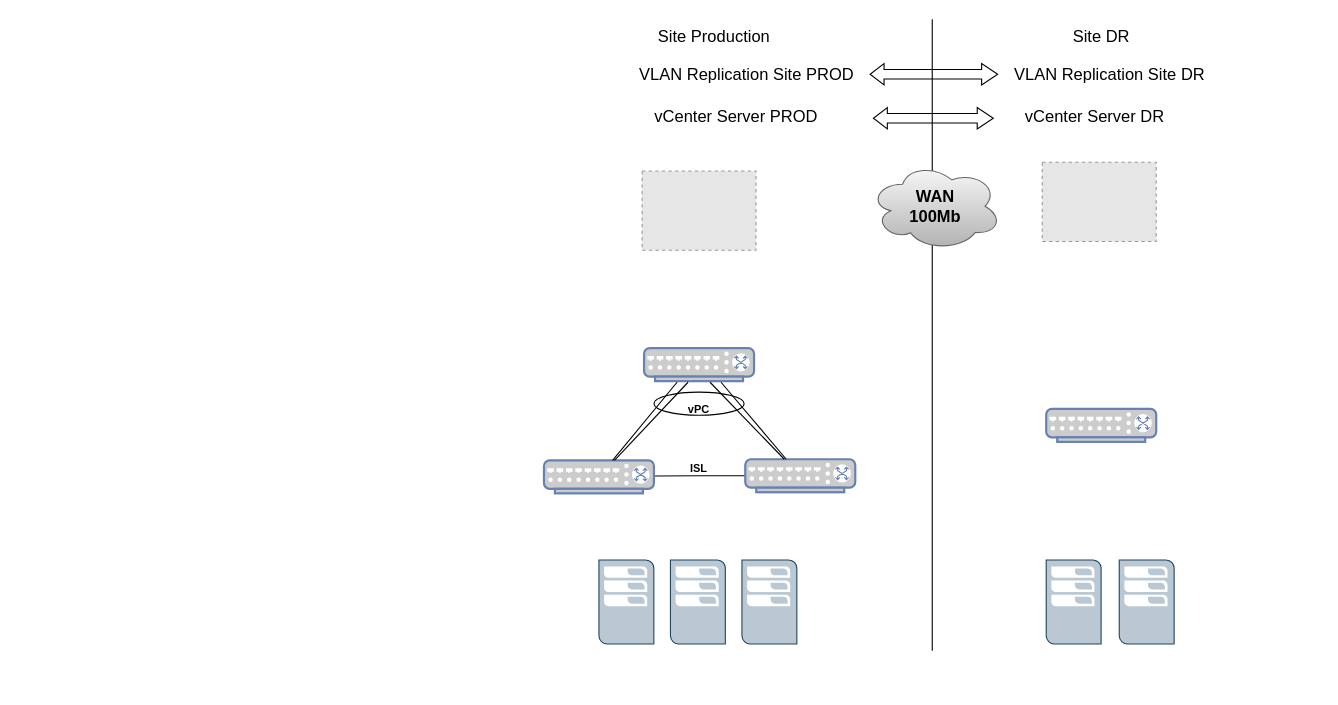
DrXneaky/Diagram keeps this draw.io diagram as Copy of BIM_Network.drawio. Above is the earlier version. Source tidied: cells renumbered, new cells numbered last; positions are measured from the earlier drawing's top-left corner, leaving out a move shared by most shapes. Both pictures are drawn from the tidied source at 110%, with x=0, y=0 at pixel (543, 19). Pictures stored in the file or linked from it are replaced by grey dashed boxes.
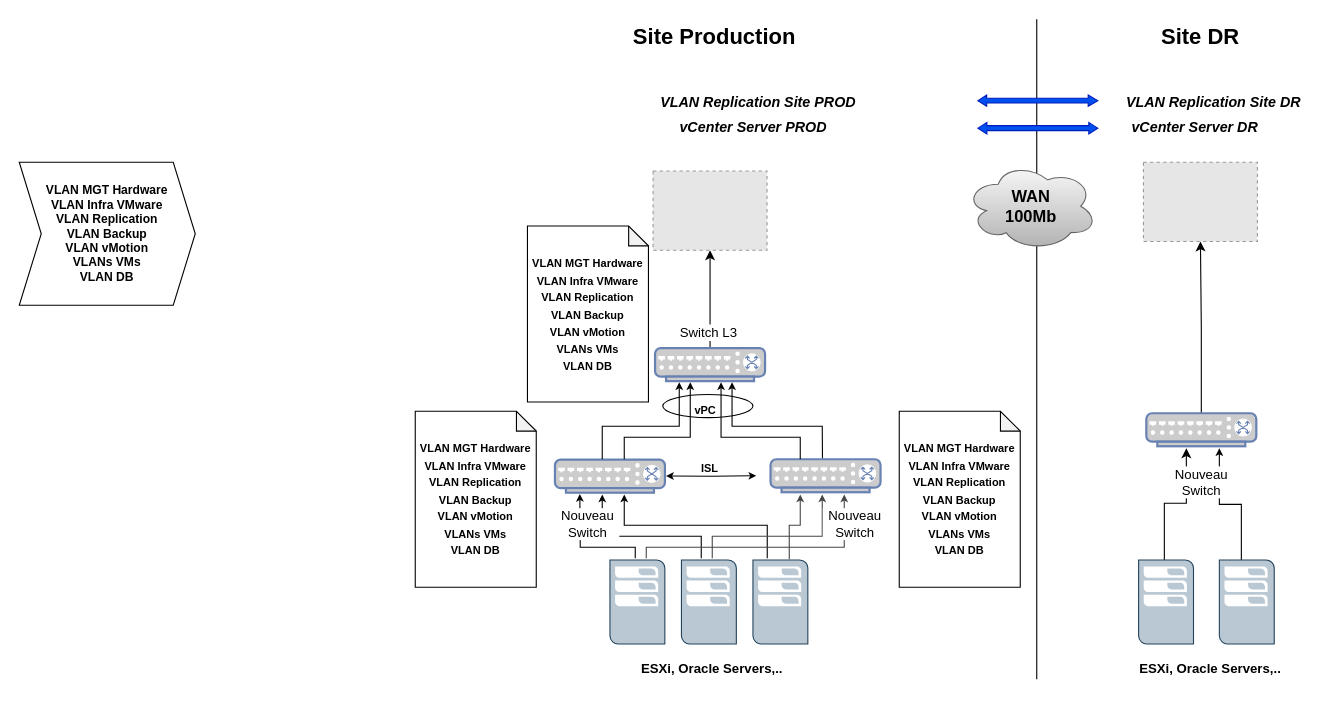
The same diagram, later.

Change to the diagram source:
```diff
@@
+    <mxCell id="31" style="edgeStyle=orthogonalEdgeStyle;rounded=0;jettySize=auto;html=1;exitX=0.5;exitY=0;exitDx=0;exitDy=0;exitPerimeter=0;entryX=0.5;entryY=1;entryDx=0;entryDy=0;" parent="1" edge="1" source="2" target="9">
+      <mxGeometry relative="1" as="geometry" />
+    </mxCell>
     <mxCell id="2" style="fontColor=#0066CC;verticalAlign=top;verticalLabelPosition=bottom;labelPosition=center;align=center;html=1;outlineConnect=0;fillColor=#CCCCCC;strokeColor=#6881B3;gradientColor=none;gradientDirection=north;strokeWidth=2;shape=mxgraph.networks.switch;" parent="1" vertex="1">
-      <mxGeometry x="91" y="299" width="100" height="30" as="geometry" />
+      <mxGeometry x="101" y="299" width="100" height="30" as="geometry" />
     </mxCell>
-    <mxCell id="3" style="edgeStyle=orthogonalEdgeStyle;rounded=0;jettySize=auto;html=1;exitX=0;exitY=0.5;exitDx=0;exitDy=0;exitPerimeter=0;endArrow=none;endFill=0;" parent="1" edge="1" source="4">
+    <mxCell id="3" style="edgeStyle=orthogonalEdgeStyle;rounded=0;orthogonalLoop=1;jettySize=auto;html=1;exitX=0;exitY=0.5;exitDx=0;exitDy=0;exitPerimeter=0;endArrow=classic;endFill=1;endSize=4;startArrow=classic;startFill=1;startSize=4;" parent="1" edge="1">
       <mxGeometry relative="1" as="geometry">
-        <mxPoint x="101" y="415.2" as="targetPoint" />
+        <mxPoint x="193" y="415" as="sourcePoint" />
+        <mxPoint x="111" y="415.2" as="targetPoint" />
       </mxGeometry>
     </mxCell>
     <mxCell id="4" style="fontColor=#0066CC;verticalAlign=top;verticalLabelPosition=bottom;labelPosition=center;align=center;html=1;outlineConnect=0;fillColor=#CCCCCC;strokeColor=#6881B3;gradientColor=none;gradientDirection=north;strokeWidth=2;shape=mxgraph.networks.switch;" parent="1" vertex="1">
-      <mxGeometry x="183" y="400" width="100" height="30" as="geometry" />
+      <mxGeometry x="206" y="400" width="100" height="30" as="geometry" />
     </mxCell>
     <mxCell id="5" style="fontColor=#0066CC;verticalAlign=top;verticalLabelPosition=bottom;labelPosition=center;align=center;html=1;outlineConnect=0;fillColor=#CCCCCC;strokeColor=#6881B3;gradientColor=none;gradientDirection=north;strokeWidth=2;shape=mxgraph.networks.switch;" parent="1" vertex="1">
-      <mxGeometry y="401" width="100" height="30" as="geometry" />
+      <mxGeometry x="10" y="400.4" width="100" height="30" as="geometry" />
     </mxCell>
     <mxCell id="6" style="shadow=0;dashed=0;html=1;strokeColor=#23445d;fillColor=#bac8d3;labelPosition=center;verticalLabelPosition=bottom;verticalAlign=top;align=center;shape=mxgraph.veeam.2d.esx_esxi;" parent="1" vertex="1">
-      <mxGeometry x="50" y="491.6" width="49.9" height="76.4" as="geometry" />
+      <mxGeometry x="60" y="491.6" width="49.9" height="76.4" as="geometry" />
     </mxCell>
+    <mxCell id="32" style="edgeStyle=orthogonalEdgeStyle;rounded=0;jettySize=auto;html=1;exitX=0.5;exitY=0;exitDx=0;exitDy=0;exitPerimeter=0;entryX=0.5;entryY=1;entryDx=0;entryDy=0;" parent="1" edge="1" source="7" target="10">
+      <mxGeometry relative="1" as="geometry" />
+    </mxCell>
     <mxCell id="7" style="fontColor=#0066CC;verticalAlign=top;verticalLabelPosition=bottom;labelPosition=center;align=center;html=1;outlineConnect=0;fillColor=#CCCCCC;strokeColor=#6881B3;gradientColor=none;gradientDirection=north;strokeWidth=2;shape=mxgraph.networks.switch;" parent="1" vertex="1">
-      <mxGeometry x="456.6" y="354.2" width="100" height="30" as="geometry" />
+      <mxGeometry x="547.6" y="358.2" width="100" height="30" as="geometry" />
     </mxCell>
     <mxCell id="8" style="endArrow=none;html=1;rounded=0;" parent="1" edge="1">
       <mxGeometry relative="1" as="geometry">
-        <mxPoint x="353" y="574" as="sourcePoint" />
-        <mxPoint x="353" as="targetPoint" />
+        <mxPoint x="448" y="600" as="sourcePoint" />
+        <mxPoint x="448" as="targetPoint" />
       </mxGeometry>
     </mxCell>
     <mxCell id="9" style="fillColor=#E6E6E6;strokeColor=#999999;dashed=1;verticalLabelPosition=bottom;verticalAlign=top;rotation=0;" parent="1" vertex="1">
-      <mxGeometry x="89.2" y="138" width="103.6" height="72" as="geometry" />
+      <mxGeometry x="99.2" y="138" width="103.6" height="72" as="geometry" />
     </mxCell>
     <mxCell id="10" style="fillColor=#E6E6E6;strokeColor=#999999;dashed=1;verticalLabelPosition=bottom;verticalAlign=top;rotation=0;" parent="1" vertex="1">
-      <mxGeometry x="453" y="130" width="103.6" height="72" as="geometry" />
+      <mxGeometry x="545" y="130" width="103.6" height="72" as="geometry" />
     </mxCell>
-    <mxCell id="11" style="endArrow=none;html=1;rounded=0;" parent="1" edge="1" source="5">
+    <mxCell id="11" style="endArrow=classic;html=1;rounded=0;endFill=1;endSize=4;startSize=4;" parent="1" edge="1">
       <mxGeometry relative="1" as="geometry">
-        <mxPoint x="121" y="330" as="targetPoint" />
+        <mxPoint x="53" y="400" as="sourcePoint" />
+        <mxPoint x="123" y="330" as="targetPoint" />
+        <Array as="points">
+          <mxPoint x="53" y="370" />
+          <mxPoint x="123" y="370" />
+        </Array>
       </mxGeometry>
     </mxCell>
-    <mxCell id="12" style="endArrow=none;html=1;rounded=0;" parent="1" edge="1" source="5">
+    <mxCell id="12" style="endArrow=classic;html=1;rounded=0;endFill=1;endSize=4;" parent="1" edge="1">
       <mxGeometry relative="1" as="geometry">
-        <mxPoint x="131" y="330" as="targetPoint" />
+        <mxPoint x="73" y="400" as="sourcePoint" />
+        <mxPoint x="133" y="330" as="targetPoint" />
+        <Array as="points">
+          <mxPoint x="73" y="380" />
+          <mxPoint x="133" y="380" />
+        </Array>
       </mxGeometry>
     </mxCell>
-    <mxCell id="13" style="endArrow=none;html=1;rounded=0;" parent="1" edge="1" source="4">
+    <mxCell id="13" style="endArrow=classic;html=1;rounded=0;exitX=0.602;exitY=-0.025;exitDx=0;exitDy=0;exitPerimeter=0;endFill=1;endSize=4;" parent="1" edge="1">
       <mxGeometry relative="1" as="geometry">
-        <mxPoint x="161" y="330" as="targetPoint" />
+        <mxPoint x="253.2" y="399.2" as="sourcePoint" />
+        <mxPoint x="171" y="330" as="targetPoint" />
+        <Array as="points">
+          <mxPoint x="253" y="370" />
+          <mxPoint x="171" y="370" />
+        </Array>
       </mxGeometry>
     </mxCell>
-    <mxCell id="14" style="endArrow=none;html=1;rounded=0;" parent="1" edge="1" source="4">
+    <mxCell id="14" style="endArrow=classic;html=1;rounded=0;endFill=1;endSize=4;" parent="1" edge="1">
       <mxGeometry relative="1" as="geometry">
-        <mxPoint x="151" y="330" as="targetPoint" />
+        <mxPoint x="233" y="400" as="sourcePoint" />
+        <mxPoint x="161" y="330" as="targetPoint" />
+        <Array as="points">
+          <mxPoint x="233" y="380" />
+          <mxPoint x="161" y="380" />
+        </Array>
       </mxGeometry>
     </mxCell>
     <mxCell id="15" style="ellipse;whiteSpace=wrap;html=1;fillColor=none;" parent="1" vertex="1">
-      <mxGeometry x="100" y="339" width="82" height="21" as="geometry" />
+      <mxGeometry x="108" y="341.2" width="82" height="21" as="geometry" />
     </mxCell>
-    <mxCell id="16" value="&lt;b&gt;&lt;font style=&quot;font-size: 10px&quot;&gt;ISL&lt;/font&gt;&lt;/b&gt;" style="text;html=1;strokeColor=none;fillColor=none;align=center;verticalAlign=middle;whiteSpace=wrap;rounded=0;" parent="1" vertex="1">
-      <mxGeometry x="126" y="398" width="30" height="19" as="geometry" />
+    <mxCell id="16" value="&lt;span style=&quot;font-size: 10px&quot;&gt;&lt;b&gt;ISL&lt;/b&gt;&lt;/span&gt;" style="text;html=1;strokeColor=none;fillColor=none;align=center;verticalAlign=middle;whiteSpace=wrap;rounded=0;" parent="1" vertex="1">
+      <mxGeometry x="136" y="398" width="30" height="19" as="geometry" />
     </mxCell>
     <mxCell id="17" value="&lt;b&gt;&lt;font style=&quot;font-size: 10px&quot;&gt;vPC&lt;/font&gt;&lt;/b&gt;" style="text;html=1;strokeColor=none;fillColor=none;align=center;verticalAlign=middle;whiteSpace=wrap;rounded=0;" parent="1" vertex="1">
-      <mxGeometry x="126" y="344.2" width="30" height="19" as="geometry" />
+      <mxGeometry x="132" y="348" width="30" height="14.2" as="geometry" />
     </mxCell>
     <mxCell id="18" style="shadow=0;dashed=0;html=1;strokeColor=#23445d;fillColor=#bac8d3;labelPosition=center;verticalLabelPosition=bottom;verticalAlign=top;align=center;shape=mxgraph.veeam.2d.esx_esxi;" parent="1" vertex="1">
-      <mxGeometry x="115" y="491.6" width="49.9" height="76.4" as="geometry" />
+      <mxGeometry x="125" y="491.6" width="49.9" height="76.4" as="geometry" />
     </mxCell>
     <mxCell id="19" style="shadow=0;dashed=0;html=1;strokeColor=#23445d;fillColor=#bac8d3;labelPosition=center;verticalLabelPosition=bottom;verticalAlign=top;align=center;shape=mxgraph.veeam.2d.esx_esxi;" parent="1" vertex="1">
-      <mxGeometry x="180" y="491.6" width="49.9" height="76.4" as="geometry" />
+      <mxGeometry x="190" y="491.6" width="49.9" height="76.4" as="geometry" />
     </mxCell>
+    <mxCell id="33" style="edgeStyle=orthogonalEdgeStyle;rounded=0;jettySize=auto;html=1;" parent="1" edge="1" source="20">
+      <mxGeometry relative="1" as="geometry">
+        <mxPoint x="584" y="390" as="targetPoint" />
+        <Array as="points">
+          <mxPoint x="564" y="440" />
+          <mxPoint x="584" y="440" />
+        </Array>
+      </mxGeometry>
+    </mxCell>
     <mxCell id="20" style="shadow=0;dashed=0;html=1;strokeColor=#23445d;fillColor=#bac8d3;labelPosition=center;verticalLabelPosition=bottom;verticalAlign=top;align=center;outlineConnect=0;shape=mxgraph.veeam.2d.esx_esxi;" parent="1" vertex="1">
-      <mxGeometry x="456.6" y="491.6" width="49.9" height="76.4" as="geometry" />
+      <mxGeometry x="540.6" y="491.6" width="49.9" height="76.4" as="geometry" />
     </mxCell>
+    <mxCell id="34" style="edgeStyle=orthogonalEdgeStyle;rounded=0;jettySize=auto;html=1;startArrow=none;startFill=0;endArrow=classic;endFill=1;startSize=4;endSize=4;" parent="1" edge="1" source="21">
+      <mxGeometry relative="1" as="geometry">
+        <mxPoint x="614" y="390" as="targetPoint" />
+        <Array as="points">
+          <mxPoint x="634" y="441" />
+          <mxPoint x="614" y="441" />
+        </Array>
+      </mxGeometry>
+    </mxCell>
     <mxCell id="21" style="shadow=0;dashed=0;html=1;strokeColor=#23445d;fillColor=#bac8d3;labelPosition=center;verticalLabelPosition=bottom;verticalAlign=top;align=center;outlineConnect=0;shape=mxgraph.veeam.2d.esx_esxi;" parent="1" vertex="1">
-      <mxGeometry x="523" y="491.6" width="49.9" height="76.4" as="geometry" />
+      <mxGeometry x="614" y="491.6" width="49.9" height="76.4" as="geometry" />
     </mxCell>
     <mxCell id="22" value="&lt;b style=&quot;font-size: 15px&quot;&gt;&lt;font style=&quot;font-size: 15px&quot;&gt;WAN&lt;br&gt;100Mb&lt;br&gt;&lt;/font&gt;&lt;/b&gt;" style="ellipse;shape=cloud;whiteSpace=wrap;html=1;fontSize=10;fillColor=#f5f5f5;gradientColor=#b3b3b3;strokeColor=#666666;" parent="1" vertex="1">
-      <mxGeometry x="296" y="130" width="120" height="80" as="geometry" />
+      <mxGeometry x="383" y="130" width="120" height="80" as="geometry" />
     </mxCell>
-    <mxCell id="23" value="Site Production&amp;nbsp;" style="text;html=1;strokeColor=none;fillColor=none;align=center;verticalAlign=middle;whiteSpace=wrap;rounded=0;fontSize=15;" parent="1" vertex="1">
-      <mxGeometry x="91" width="132" height="30" as="geometry" />
+    <mxCell id="23" value="&lt;b&gt;&lt;font style=&quot;font-size: 20px&quot;&gt;Site Production&amp;nbsp;&lt;/font&gt;&lt;/b&gt;" style="text;html=1;strokeColor=none;fillColor=none;align=center;verticalAlign=middle;whiteSpace=wrap;rounded=0;fontSize=15;" parent="1" vertex="1">
+      <mxGeometry x="78" width="160" height="30" as="geometry" />
     </mxCell>
-    <mxCell id="24" value="Site DR" style="text;html=1;strokeColor=none;fillColor=none;align=center;verticalAlign=middle;whiteSpace=wrap;rounded=0;fontSize=15;" parent="1" vertex="1">
-      <mxGeometry x="440.9" width="132" height="30" as="geometry" />
+    <mxCell id="24" value="&lt;b&gt;&lt;font style=&quot;font-size: 20px&quot;&gt;Site DR&lt;/font&gt;&lt;/b&gt;" style="text;html=1;strokeColor=none;fillColor=none;align=center;verticalAlign=middle;whiteSpace=wrap;rounded=0;fontSize=15;" parent="1" vertex="1">
+      <mxGeometry x="530.9" width="132" height="30" as="geometry" />
     </mxCell>
-    <mxCell id="25" style="shape=flexArrow;endArrow=classic;startArrow=classic;html=1;rounded=0;fontSize=15;width=8.666666666666666;endSize=4.537419354838709;endWidth=9.829344432882413;startSize=3.89;startWidth=9.829344432882413;" parent="1" edge="1">
+    <mxCell id="25" style="shape=flexArrow;endArrow=classic;startArrow=classic;html=1;rounded=0;fontSize=15;width=4.5810055865921795;endSize=2.387096774193548;endWidth=4.8618337380043934;startSize=2.387096774193548;startWidth=4.8618337380043934;fillColor=#0050ef;strokeColor=#001DBC;" parent="1" edge="1">
       <mxGeometry relative="1" as="geometry">
-        <mxPoint x="299" y="90" as="sourcePoint" />
-        <mxPoint x="409" y="90" as="targetPoint" />
+        <mxPoint x="394" y="99" as="sourcePoint" />
+        <mxPoint x="504" y="99" as="targetPoint" />
       </mxGeometry>
     </mxCell>
-    <mxCell id="26" style="shape=flexArrow;endArrow=classic;startArrow=classic;html=1;rounded=0;fontSize=15;width=8.666666666666666;endSize=4.537419354838709;endWidth=9.829344432882413;startSize=3.89;startWidth=9.829344432882413;exitX=1;exitY=0.5;exitDx=0;exitDy=0;" parent="1" edge="1" source="27">
+    <mxCell id="26" style="shape=flexArrow;endArrow=classic;startArrow=classic;html=1;rounded=0;fontSize=15;width=4.357541899441341;endSize=2.575418994413408;endWidth=4.888112106363722;startSize=2.321787709497207;startWidth=4.888112106363722;fillColor=#0050ef;strokeColor=#001DBC;" parent="1" edge="1">
       <mxGeometry relative="1" as="geometry">
-        <mxPoint x="413" y="50" as="targetPoint" />
+        <mxPoint x="394" y="74" as="sourcePoint" />
+        <mxPoint x="504" y="74" as="targetPoint" />
       </mxGeometry>
     </mxCell>
-    <mxCell id="27" value="VLAN Replication Site PROD" style="text;html=1;strokeColor=none;fillColor=none;align=center;verticalAlign=middle;whiteSpace=wrap;rounded=0;fontSize=15;" parent="1" vertex="1">
-      <mxGeometry x="73" y="35" width="223" height="30" as="geometry" />
+    <mxCell id="27" value="&lt;i&gt;&lt;b&gt;&lt;font style=&quot;font-size: 13px&quot;&gt;VLAN Replication Site PROD&lt;/font&gt;&lt;/b&gt;&lt;/i&gt;" style="text;html=1;strokeColor=none;fillColor=none;align=center;verticalAlign=middle;whiteSpace=wrap;rounded=0;fontSize=15;" parent="1" vertex="1">
+      <mxGeometry x="90" y="59" width="210" height="30" as="geometry" />
     </mxCell>
-    <mxCell id="28" value="VLAN Replication Site DR" style="text;html=1;strokeColor=none;fillColor=none;align=center;verticalAlign=middle;whiteSpace=wrap;rounded=0;fontSize=15;" parent="1" vertex="1">
-      <mxGeometry x="423" y="35" width="183" height="30" as="geometry" />
+    <mxCell id="28" value="&lt;i&gt;&lt;b&gt;&lt;font style=&quot;font-size: 13px&quot;&gt;VLAN Replication Site DR&lt;/font&gt;&lt;/b&gt;&lt;/i&gt;" style="text;html=1;strokeColor=none;fillColor=none;align=center;verticalAlign=middle;whiteSpace=wrap;rounded=0;fontSize=15;" parent="1" vertex="1">
+      <mxGeometry x="514" y="59" width="190" height="30" as="geometry" />
     </mxCell>
-    <mxCell id="29" value="vCenter Server PROD" style="text;html=1;strokeColor=none;fillColor=none;align=center;verticalAlign=middle;whiteSpace=wrap;rounded=0;fontSize=15;" parent="1" vertex="1">
-      <mxGeometry x="86" y="73" width="178" height="30" as="geometry" />
+    <mxCell id="29" value="&lt;i&gt;&lt;font style=&quot;font-size: 13px&quot;&gt;&lt;b&gt;vCenter Server PROD&lt;/b&gt;&lt;/font&gt;&lt;/i&gt;" style="text;html=1;strokeColor=none;fillColor=none;align=center;verticalAlign=middle;whiteSpace=wrap;rounded=0;fontSize=15;" parent="1" vertex="1">
+      <mxGeometry x="107" y="82" width="167" height="30" as="geometry" />
     </mxCell>
-    <mxCell id="30" value="vCenter Server DR" style="text;html=1;strokeColor=none;fillColor=none;align=center;verticalAlign=middle;whiteSpace=wrap;rounded=0;fontSize=15;" parent="1" vertex="1">
-      <mxGeometry x="430" y="73" width="142" height="30" as="geometry" />
+    <mxCell id="30" value="&lt;i&gt;&lt;font style=&quot;font-size: 13px&quot;&gt;&lt;b&gt;vCenter Server DR&lt;/b&gt;&lt;/font&gt;&lt;/i&gt;" style="text;html=1;strokeColor=none;fillColor=none;align=center;verticalAlign=middle;whiteSpace=wrap;rounded=0;fontSize=15;" parent="1" vertex="1">
+      <mxGeometry x="521" y="82" width="142" height="30" as="geometry" />
     </mxCell>
+    <mxCell id="35" style="endArrow=classic;html=1;rounded=0;startSize=4;endSize=4;endFill=1;entryX=0.226;entryY=1.038;entryDx=0;entryDy=0;entryPerimeter=0;" parent="1" edge="1" target="5">
+      <mxGeometry relative="1" as="geometry">
+        <mxPoint x="83" y="490" as="sourcePoint" />
+        <Array as="points">
+          <mxPoint x="83" y="480" />
+          <mxPoint x="33" y="480" />
+        </Array>
+      </mxGeometry>
+    </mxCell>
+    <mxCell id="36" style="endArrow=classic;html=1;rounded=0;startSize=4;endSize=4;endFill=1;" parent="1" edge="1">
+      <mxGeometry relative="1" as="geometry">
+        <mxPoint x="203" y="490" as="sourcePoint" />
+        <mxPoint x="73" y="432" as="targetPoint" />
+        <Array as="points">
+          <mxPoint x="203" y="460" />
+          <mxPoint x="73" y="460" />
+        </Array>
+      </mxGeometry>
+    </mxCell>
+    <mxCell id="37" style="endArrow=classic;html=1;rounded=0;startSize=4;endSize=4;endFill=1;" parent="1" edge="1">
+      <mxGeometry relative="1" as="geometry">
+        <mxPoint x="143" y="490" as="sourcePoint" />
+        <mxPoint x="53" y="432" as="targetPoint" />
+        <Array as="points">
+          <mxPoint x="143" y="470" />
+          <mxPoint x="53" y="470" />
+        </Array>
+      </mxGeometry>
+    </mxCell>
+    <mxCell id="38" style="endArrow=classic;html=1;rounded=0;startSize=4;endSize=4;endFill=1;strokeColor=#454545;" parent="1" edge="1">
+      <mxGeometry relative="1" as="geometry">
+        <mxPoint x="223" y="491" as="sourcePoint" />
+        <mxPoint x="233" y="432" as="targetPoint" />
+        <Array as="points">
+          <mxPoint x="223" y="460" />
+          <mxPoint x="233" y="460" />
+        </Array>
+      </mxGeometry>
+    </mxCell>
+    <mxCell id="39" style="endArrow=classic;html=1;rounded=0;startSize=4;endSize=4;endFill=1;strokeColor=#454545;" parent="1" edge="1">
+      <mxGeometry relative="1" as="geometry">
+        <mxPoint x="153" y="490" as="sourcePoint" />
+        <mxPoint x="253" y="432" as="targetPoint" />
+        <Array as="points">
+          <mxPoint x="153" y="470" />
+          <mxPoint x="253" y="470" />
+        </Array>
+      </mxGeometry>
+    </mxCell>
+    <mxCell id="40" style="endArrow=classic;html=1;rounded=0;startSize=4;endSize=4;endFill=1;strokeColor=#454545;" parent="1" edge="1">
+      <mxGeometry relative="1" as="geometry">
+        <mxPoint x="93" y="490" as="sourcePoint" />
+        <mxPoint x="273" y="432" as="targetPoint" />
+        <Array as="points">
+          <mxPoint x="93" y="480" />
+          <mxPoint x="273" y="480" />
+        </Array>
+      </mxGeometry>
+    </mxCell>
+    <mxCell id="41" value="&lt;b&gt;ESXi, Oracle Servers,..&lt;/b&gt;" style="text;html=1;strokeColor=none;fillColor=none;align=center;verticalAlign=middle;whiteSpace=wrap;rounded=0;" parent="1" vertex="1">
+      <mxGeometry x="83" y="576" width="140" height="30" as="geometry" />
+    </mxCell>
+    <mxCell id="42" value="Switch L3" style="text;html=1;strokeColor=none;fillColor=none;align=center;verticalAlign=middle;whiteSpace=wrap;rounded=0;labelBorderColor=none;labelBackgroundColor=default;" parent="1" vertex="1">
+      <mxGeometry x="120" y="276" width="60" height="18" as="geometry" />
+    </mxCell>
+    <mxCell id="43" value="Nouveau Switch" style="text;html=1;strokeColor=none;fillColor=none;align=center;verticalAlign=middle;whiteSpace=wrap;rounded=0;labelBorderColor=none;labelBackgroundColor=default;" parent="1" vertex="1">
+      <mxGeometry x="10" y="450" width="60" height="18" as="geometry" />
+    </mxCell>
+    <mxCell id="44" value="Nouveau Switch" style="text;html=1;strokeColor=none;fillColor=none;align=center;verticalAlign=middle;whiteSpace=wrap;rounded=0;labelBorderColor=none;labelBackgroundColor=default;" parent="1" vertex="1">
+      <mxGeometry x="253" y="450" width="60" height="18" as="geometry" />
+    </mxCell>
+    <mxCell id="45" value="&lt;b&gt;ESXi, Oracle Servers,..&lt;/b&gt;" style="text;html=1;strokeColor=none;fillColor=none;align=center;verticalAlign=middle;whiteSpace=wrap;rounded=0;" parent="1" vertex="1">
+      <mxGeometry x="535.5" y="576" width="140" height="30" as="geometry" />
+    </mxCell>
+    <mxCell id="46" value="Nouveau Switch" style="text;html=1;strokeColor=none;fillColor=none;align=center;verticalAlign=middle;whiteSpace=wrap;rounded=0;labelBorderColor=none;labelBackgroundColor=default;" parent="1" vertex="1">
+      <mxGeometry x="567.6" y="412.4" width="60" height="18" as="geometry" />
+    </mxCell>
+    <mxCell id="47" value="&lt;font style=&quot;font-size: 10px&quot;&gt;&lt;b&gt;VLAN MGT Hardware&lt;br&gt;VLAN Infra VMware&lt;br&gt;VLAN Replication&lt;br&gt;VLAN Backup&lt;br&gt;VLAN vMotion&lt;br&gt;VLANs VMs&lt;br&gt;VLAN DB&lt;/b&gt;&lt;br&gt;&lt;/font&gt;" style="shape=note;whiteSpace=wrap;html=1;backgroundOutline=1;darkOpacity=0.05;labelBackgroundColor=default;labelBorderColor=none;fontSize=13;size=18;" parent="1" vertex="1">
+      <mxGeometry x="-117" y="356.4" width="110" height="160" as="geometry" />
+    </mxCell>
+    <mxCell id="48" value="&lt;font style=&quot;font-size: 11px&quot;&gt;&lt;b&gt;&lt;span&gt;VLAN MGT Hardware&lt;/span&gt;&lt;br&gt;&lt;span&gt;VLAN Infra VMware&lt;/span&gt;&lt;br&gt;&lt;span&gt;VLAN Replication&lt;/span&gt;&lt;br&gt;&lt;span&gt;VLAN Backup&lt;/span&gt;&lt;br&gt;&lt;span&gt;VLAN vMotion&lt;/span&gt;&lt;br&gt;&lt;span&gt;VLANs VMs&lt;/span&gt;&lt;br&gt;&lt;span&gt;VLAN DB&lt;/span&gt;&lt;/b&gt;&lt;/font&gt;" style="shape=step;perimeter=stepPerimeter;whiteSpace=wrap;html=1;fixedSize=1;labelBackgroundColor=default;labelBorderColor=none;fontSize=10;" parent="1" vertex="1">
+      <mxGeometry x="-477" y="130" width="160" height="130" as="geometry" />
+    </mxCell>
+    <mxCell id="49" value="&lt;font style=&quot;font-size: 10px&quot;&gt;&lt;b&gt;VLAN MGT Hardware&lt;br&gt;VLAN Infra VMware&lt;br&gt;VLAN Replication&lt;br&gt;VLAN Backup&lt;br&gt;VLAN vMotion&lt;br&gt;VLANs VMs&lt;br&gt;VLAN DB&lt;/b&gt;&lt;br&gt;&lt;/font&gt;" style="shape=note;whiteSpace=wrap;html=1;backgroundOutline=1;darkOpacity=0.05;labelBackgroundColor=default;labelBorderColor=none;fontSize=13;size=18;" parent="1" vertex="1">
+      <mxGeometry x="-15" y="188" width="110" height="160" as="geometry" />
+    </mxCell>
+    <mxCell id="50" value="&lt;font style=&quot;font-size: 10px&quot;&gt;&lt;b&gt;VLAN MGT Hardware&lt;br&gt;VLAN Infra VMware&lt;br&gt;VLAN Replication&lt;br&gt;VLAN Backup&lt;br&gt;VLAN vMotion&lt;br&gt;VLANs VMs&lt;br&gt;VLAN DB&lt;/b&gt;&lt;br&gt;&lt;/font&gt;" style="shape=note;whiteSpace=wrap;html=1;backgroundOutline=1;darkOpacity=0.05;labelBackgroundColor=default;labelBorderColor=none;fontSize=13;size=18;" parent="1" vertex="1">
+      <mxGeometry x="323" y="356.4" width="110" height="160" as="geometry" />
+    </mxCell>
```
